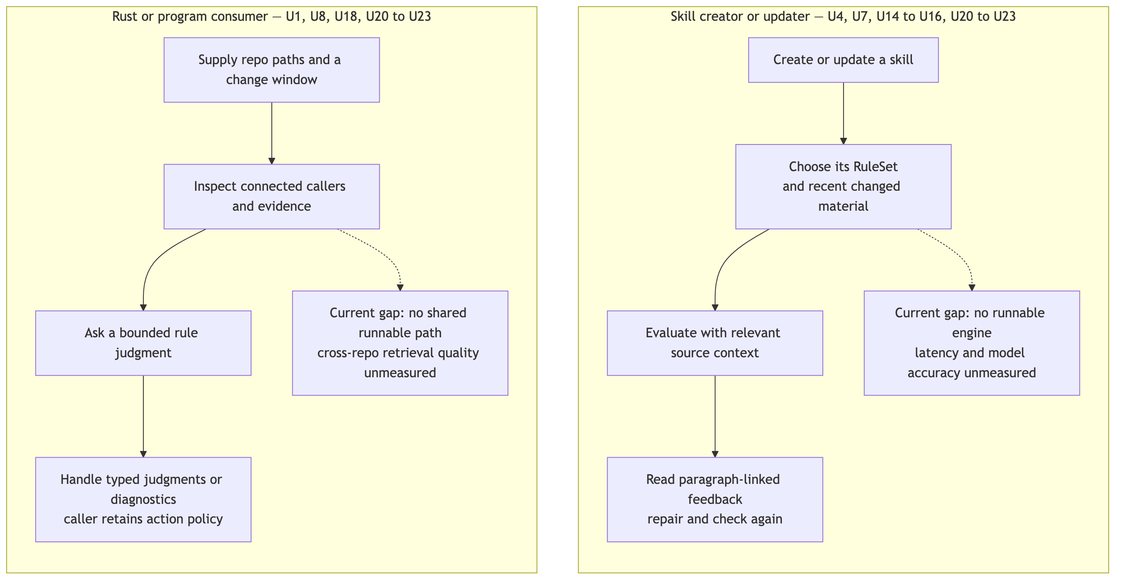
Earlier version of the Mermaid export docs/specs/2026-10-12-rust-rule-engine/assets/requirements-change-journeys.png (ShravanSunder/sunstack-tools). Its source is kept beside it as docs/specs/2026-10-12-rust-rule-engine/assets/requirements-change-journeys.mmd.
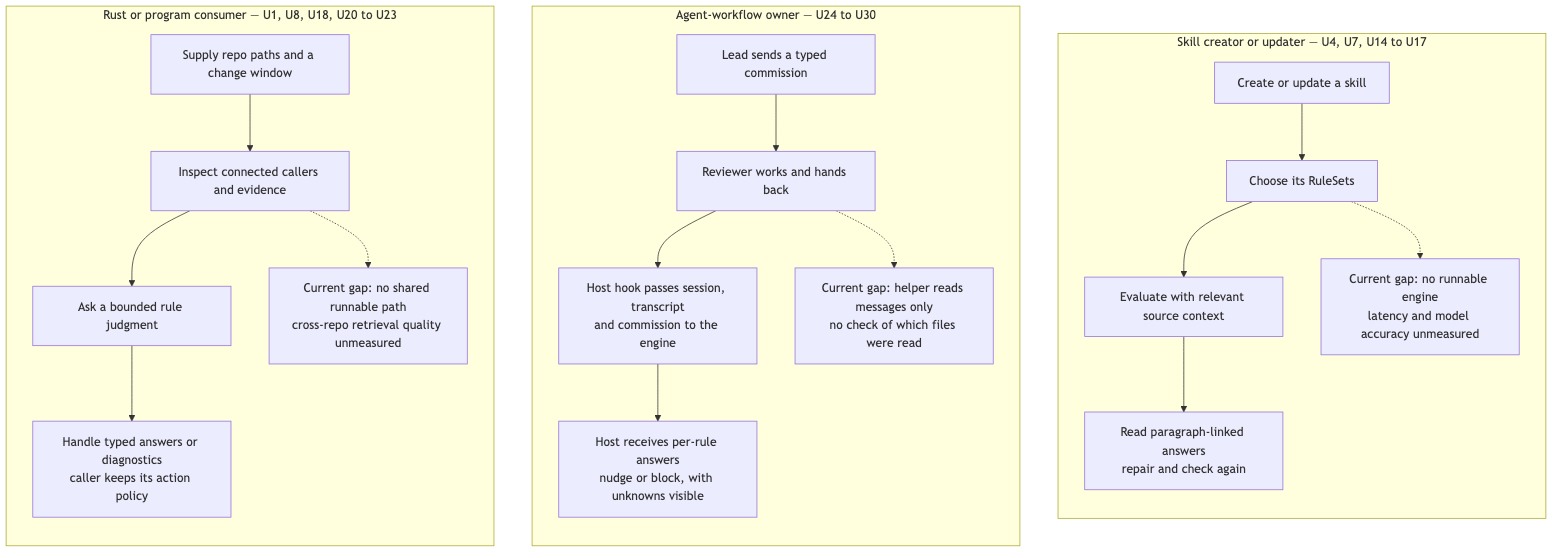
Above is the later version.

Commit message:
docs: revise rule-engine requirements for hook-invoked monitoring and generic inputs

Add the agent-workflow owner journey and U24-U30 from owner decisions:
thin hook with engine-owned acquisition, RuleSet applicability as ordered
conditions and decisions, per-rule severity, generic conversation evidence,
typed payload inputs, valid discriminated unions and session inputs.
Generalize U15 beyond skill documents. Mark the first-delivery boundary and
remaining owner choices as awaiting confirmation.

What changed in the source:
```diff
@@ -1,15 +1,22 @@
 flowchart TB
-  subgraph Skill["Skill creator or updater — U4, U7, U14 to U16, U20 to U23"]
+  subgraph Skill["Skill creator or updater — U4, U7, U14 to U17"]
     direction TB
-    S1["Create or update a skill"] --> S2["Choose its RuleSet<br/>and recent changed material"]
+    S1["Create or update a skill"] --> S2["Choose its RuleSets"]
     S2 --> S3["Evaluate with relevant source context"]
-    S3 --> S4["Read paragraph-linked feedback<br/>repair and check again"]
+    S3 --> S4["Read paragraph-linked answers<br/>repair and check again"]
     S2 -.-> SG["Current gap: no runnable engine<br/>latency and model accuracy unmeasured"]
+  end
+  subgraph Monitor["Agent-workflow owner — U24 to U30"]
+    direction TB
+    M1["Lead sends a typed commission"] --> M2["Reviewer works and hands back"]
+    M2 --> M3["Host hook passes session, transcript<br/>and commission to the engine"]
+    M3 --> M4["Host receives per-rule answers<br/>nudge or block, with unknowns visible"]
+    M2 -.-> MG["Current gap: helper reads messages only<br/>no check of which files were read"]
   end
   subgraph Native["Rust or program consumer — U1, U8, U18, U20 to U23"]
     direction TB
     N1["Supply repo paths and a change window"] --> N2["Inspect connected callers and evidence"]
     N2 --> N3["Ask a bounded rule judgment"]
-    N3 --> N4["Handle typed judgments or diagnostics<br/>caller retains action policy"]
+    N3 --> N4["Handle typed answers or diagnostics<br/>caller keeps its action policy"]
     N2 -.-> NG["Current gap: no shared runnable path<br/>cross-repo retrieval quality unmeasured"]
   end
```
